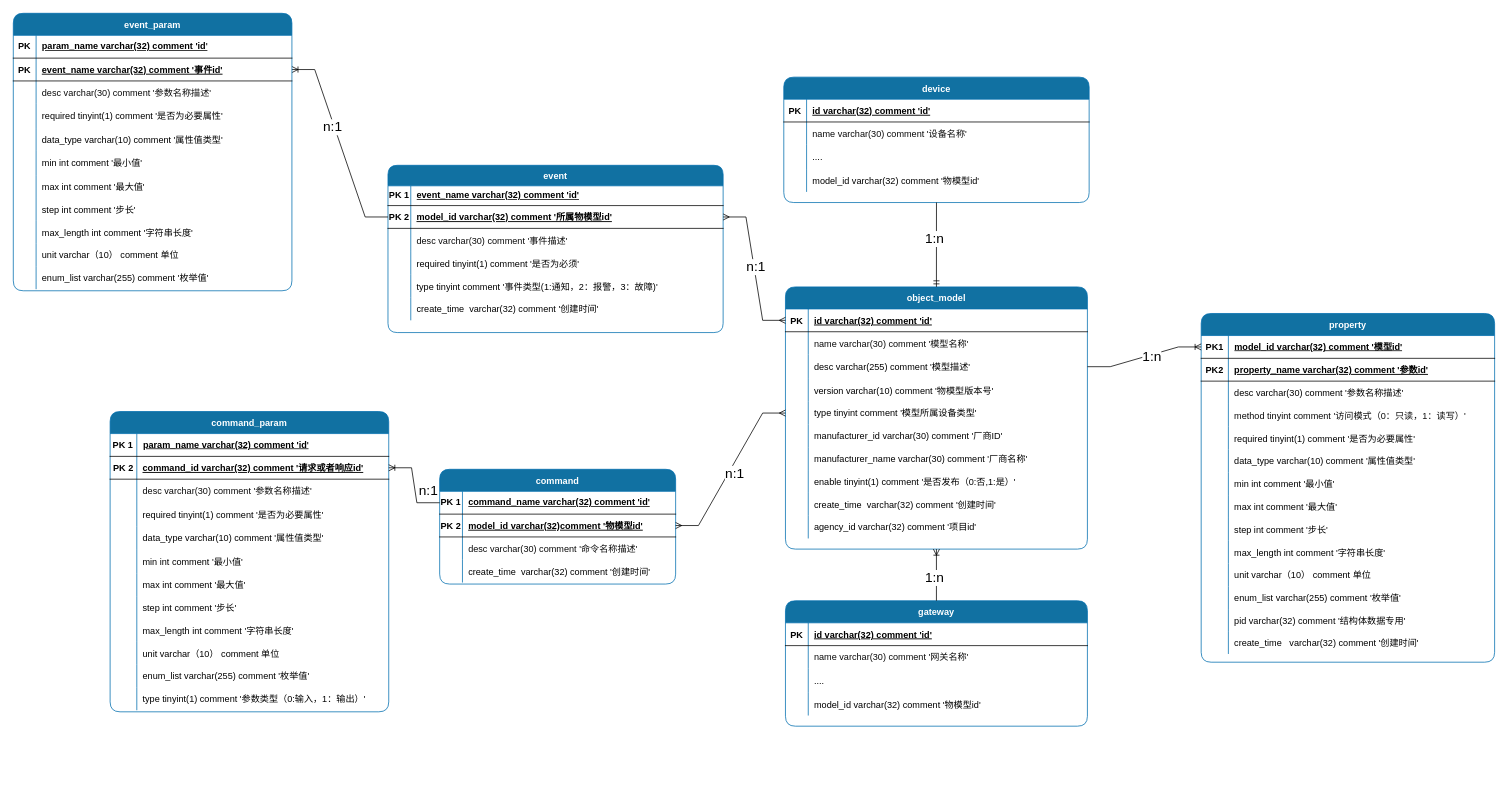
This is page "第 3 页" (3 of 3) of 物模型.drawio from viking-wj/software, a draw.io file, before an edit. Source tidied: cells renumbered, new cells numbered last; positions are measured from the earlier drawing's top-left corner, leaving out a move shared by most shapes. Both pictures are drawn from the tidied source at 76%, with x=0, y=0 at pixel (13, 13).
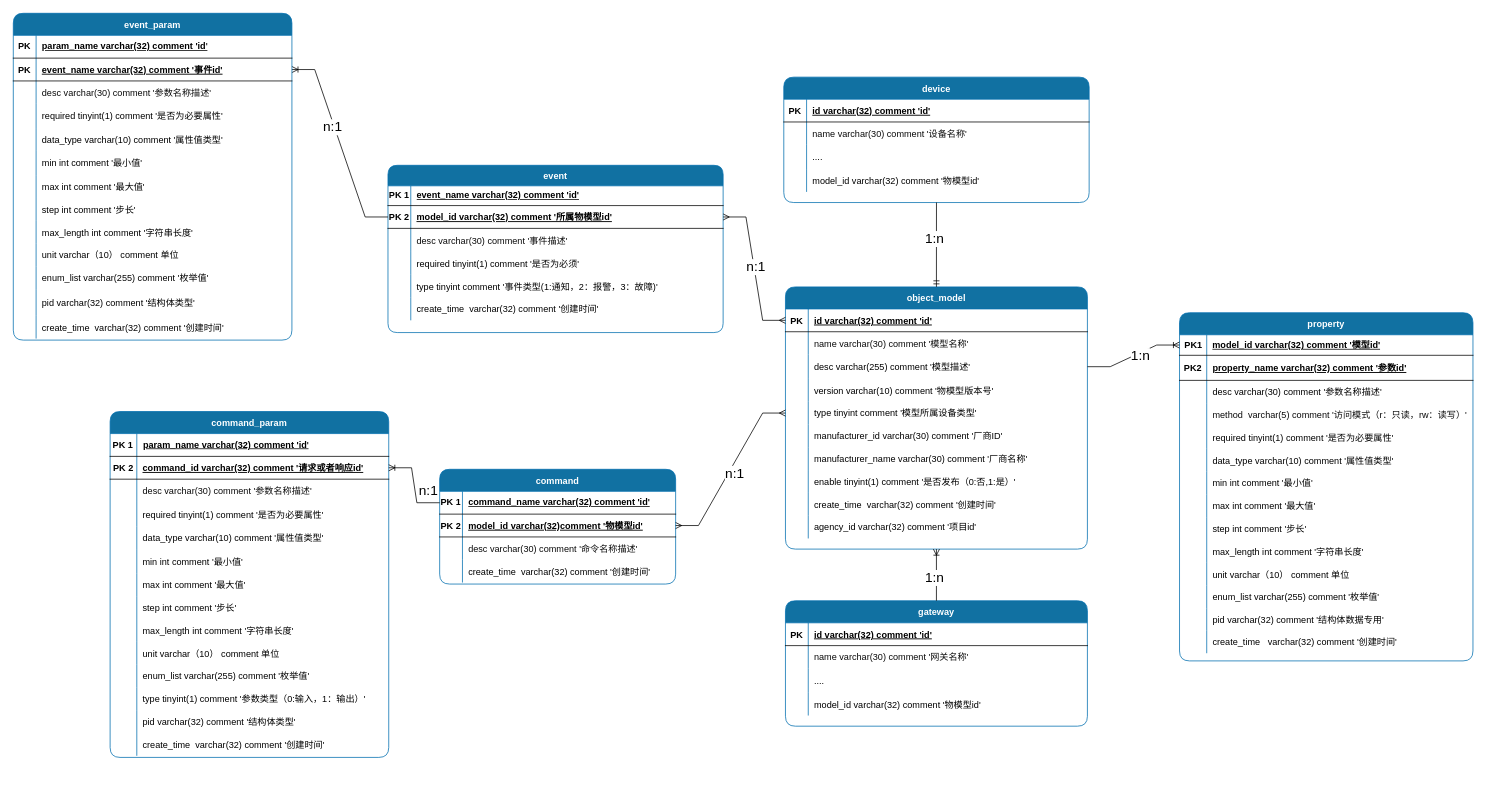
Above is the later version.

Commit message:
更新物模型.drawio

Unchanged cells that the change refers to:
```xml
<mxCell id="150" style="shape=tableRow;horizontal=0;startSize=0;swimlaneHead=0;swimlaneBody=0;fillColor=none;top=0;left=0;right=0;bottom=0;labelBorderColor=none;fontColor=#0a0a0a;" parent="140" vertex="1">
  <mxGeometry y="119" width="386.1" height="30" as="geometry" />
</mxCell>
```

Change to the diagram source:
```diff
@@
     <mxCell id="15" value="command_param" style="shape=table;startSize=29;childLayout=tableLayout;rowLines=0;fontStyle=1;align=center;labelBackgroundColor=none;fillColor=#1171a2;strokeColor=#006EAF;fontColor=#ffffff;rounded=1;swimlaneFillColor=none;" parent="1" vertex="1">
-      <mxGeometry x="127.4" y="524" width="366.6" height="395.1" as="geometry" />
+      <mxGeometry x="127.4" y="524" width="366.6" height="455.1" as="geometry" />
     </mxCell>
@@
+    <mxCell id="223" style="shape=tableRow;horizontal=0;startSize=0;swimlaneHead=0;swimlaneBody=0;fillColor=none;top=0;left=0;right=0;bottom=0;" parent="15" vertex="1">
+      <mxGeometry y="393" width="366.6" height="30" as="geometry" />
+    </mxCell>
+    <mxCell id="224" style="shape=partialRectangle;fillColor=none;top=0;left=0;bottom=0;right=0;overflow=hidden;" parent="223" vertex="1">
+      <mxGeometry width="35.1" height="30" as="geometry" />
+    </mxCell>
+    <mxCell id="225" value="pid varchar(32) comment '结构体类型'" style="shape=partialRectangle;fillColor=none;top=0;left=0;bottom=0;right=0;align=left;spacingLeft=6;overflow=hidden;" parent="223" vertex="1">
+      <mxGeometry x="35.1" width="331.5" height="30" as="geometry" />
+    </mxCell>
+    <mxCell id="226" style="shape=tableRow;horizontal=0;startSize=0;swimlaneHead=0;swimlaneBody=0;fillColor=none;top=0;left=0;right=0;bottom=0;" parent="15" vertex="1">
+      <mxGeometry y="423" width="366.6" height="30" as="geometry" />
+    </mxCell>
+    <mxCell id="227" style="shape=partialRectangle;fillColor=none;top=0;left=0;bottom=0;right=0;overflow=hidden;" parent="226" vertex="1">
+      <mxGeometry width="35.1" height="30" as="geometry" />
+    </mxCell>
+    <mxCell id="228" value="create_time  varchar(32) comment '创建时间'" style="shape=partialRectangle;fillColor=none;top=0;left=0;bottom=0;right=0;align=left;spacingLeft=6;overflow=hidden;" parent="226" vertex="1">
+      <mxGeometry x="35.1" width="331.5" height="30" as="geometry" />
+    </mxCell>
@@
     <mxCell id="140" value="property" style="shape=table;startSize=29;childLayout=tableLayout;rowLines=0;fontStyle=1;align=center;labelBackgroundColor=none;fillColor=#1171a2;strokeColor=#006EAF;fontColor=#ffffff;rounded=1;swimlaneFillColor=none;" parent="1" vertex="1">
-      <mxGeometry x="1563" y="395" width="386.1" height="458.8" as="geometry" />
+      <mxGeometry x="1534.5" y="394" width="386.1" height="458.1" as="geometry" />
     </mxCell>
     <mxCell id="141" style="shape=tableRow;horizontal=0;startSize=0;swimlaneHead=0;swimlaneBody=0;fillColor=none;points=[[0,0.5],[1,0.5]];portConstraint=eastwest;top=0;left=0;right=0;bottom=1;" parent="140" vertex="1">
-      <mxGeometry y="29" width="386.1" height="30" as="geometry" />
+      <mxGeometry y="29" width="386.1" height="27" as="geometry" />
     </mxCell>
     <mxCell id="142" value="PK1" style="shape=partialRectangle;fillColor=none;top=0;left=0;bottom=0;right=0;fontStyle=1;overflow=hidden;whiteSpace=wrap;html=1;" parent="141" vertex="1">
-      <mxGeometry width="35.8" height="30" as="geometry" />
+      <mxGeometry width="35.8" height="27" as="geometry" />
     </mxCell>
     <mxCell id="143" value="model_id varchar(32) comment '模型id'" style="shape=partialRectangle;fillColor=none;top=0;left=0;bottom=0;right=0;align=left;spacingLeft=6;fontStyle=5;overflow=hidden;whiteSpace=wrap;html=1;" parent="141" vertex="1">
-      <mxGeometry x="35.8" width="350.3" height="30" as="geometry" />
+      <mxGeometry x="35.8" width="350.3" height="27" as="geometry" />
     </mxCell>
     <mxCell id="144" style="shape=tableRow;horizontal=0;startSize=0;swimlaneHead=0;swimlaneBody=0;fillColor=none;top=0;left=0;right=0;bottom=1;labelBackgroundColor=none;" parent="140" vertex="1">
-      <mxGeometry y="59" width="386.1" height="30" as="geometry" />
+      <mxGeometry y="56" width="386.1" height="33" as="geometry" />
     </mxCell>
     <mxCell id="145" value="PK2" style="shape=partialRectangle;fillColor=none;top=0;left=0;bottom=0;right=0;fontStyle=1;overflow=hidden;labelBackgroundColor=none;" parent="144" vertex="1">
-      <mxGeometry width="35.8" height="30" as="geometry" />
+      <mxGeometry width="35.8" height="33" as="geometry" />
     </mxCell>
     <mxCell id="146" value="property_name varchar(32) comment '参数id'" style="shape=partialRectangle;fillColor=none;top=0;left=0;bottom=0;right=0;align=left;spacingLeft=6;fontStyle=5;overflow=hidden;labelBackgroundColor=none;" parent="144" vertex="1">
-      <mxGeometry x="35.8" width="350.3" height="30" as="geometry" />
+      <mxGeometry x="35.8" width="350.3" height="33" as="geometry" />
     </mxCell>
@@
-    <mxCell id="152" value="method tinyint comment '访问模式（0：只读，1：读写）'" style="shape=partialRectangle;fillColor=none;top=0;left=0;bottom=0;right=0;align=left;spacingLeft=6;overflow=hidden;labelBorderColor=none;fontColor=#0a0a0a;" parent="150" vertex="1">
+    <mxCell id="152" value="method  varchar(5) comment '访问模式（r：只读，rw：读写）'" style="shape=partialRectangle;fillColor=none;top=0;left=0;bottom=0;right=0;align=left;spacingLeft=6;overflow=hidden;labelBorderColor=none;fontColor=#0a0a0a;" parent="150" vertex="1">
       <mxGeometry x="35.8" width="350.3" height="30" as="geometry" />
     </mxCell>
@@
     <mxCell id="189" value="event_param" style="shape=table;startSize=29;childLayout=tableLayout;rowLines=0;fontStyle=1;align=center;labelBackgroundColor=none;fillColor=#1171a2;strokeColor=#006EAF;fontColor=#ffffff;rounded=1;swimlaneFillColor=none;" parent="1" vertex="1">
-      <mxGeometry width="366.6" height="365.1" as="geometry" />
+      <mxGeometry width="366.6" height="430" as="geometry" />
     </mxCell>
@@
+    <mxCell id="229" style="shape=tableRow;horizontal=0;startSize=0;swimlaneHead=0;swimlaneBody=0;fillColor=none;top=0;left=0;right=0;bottom=0;" parent="189" vertex="1">
+      <mxGeometry y="363" width="366.6" height="35" as="geometry" />
+    </mxCell>
+    <mxCell id="230" style="shape=partialRectangle;fillColor=none;top=0;left=0;bottom=0;right=0;overflow=hidden;" parent="229" vertex="1">
+      <mxGeometry width="30" height="35" as="geometry" />
+    </mxCell>
+    <mxCell id="231" value="pid varchar(32) comment '结构体类型'" style="shape=partialRectangle;fillColor=none;top=0;left=0;bottom=0;right=0;align=left;spacingLeft=6;overflow=hidden;" parent="229" vertex="1">
+      <mxGeometry x="30" width="336.6" height="35" as="geometry" />
+    </mxCell>
+    <mxCell id="232" style="shape=tableRow;horizontal=0;startSize=0;swimlaneHead=0;swimlaneBody=0;fillColor=none;top=0;left=0;right=0;bottom=0;" parent="189" vertex="1">
+      <mxGeometry y="398" width="366.6" height="30" as="geometry" />
+    </mxCell>
+    <mxCell id="233" style="shape=partialRectangle;fillColor=none;top=0;left=0;bottom=0;right=0;overflow=hidden;" parent="232" vertex="1">
+      <mxGeometry width="30" height="30" as="geometry" />
+    </mxCell>
+    <mxCell id="234" value="create_time  varchar(32) comment '创建时间'" style="shape=partialRectangle;fillColor=none;top=0;left=0;bottom=0;right=0;align=left;spacingLeft=6;overflow=hidden;" parent="232" vertex="1">
+      <mxGeometry x="30" width="336.6" height="30" as="geometry" />
+    </mxCell>
```
